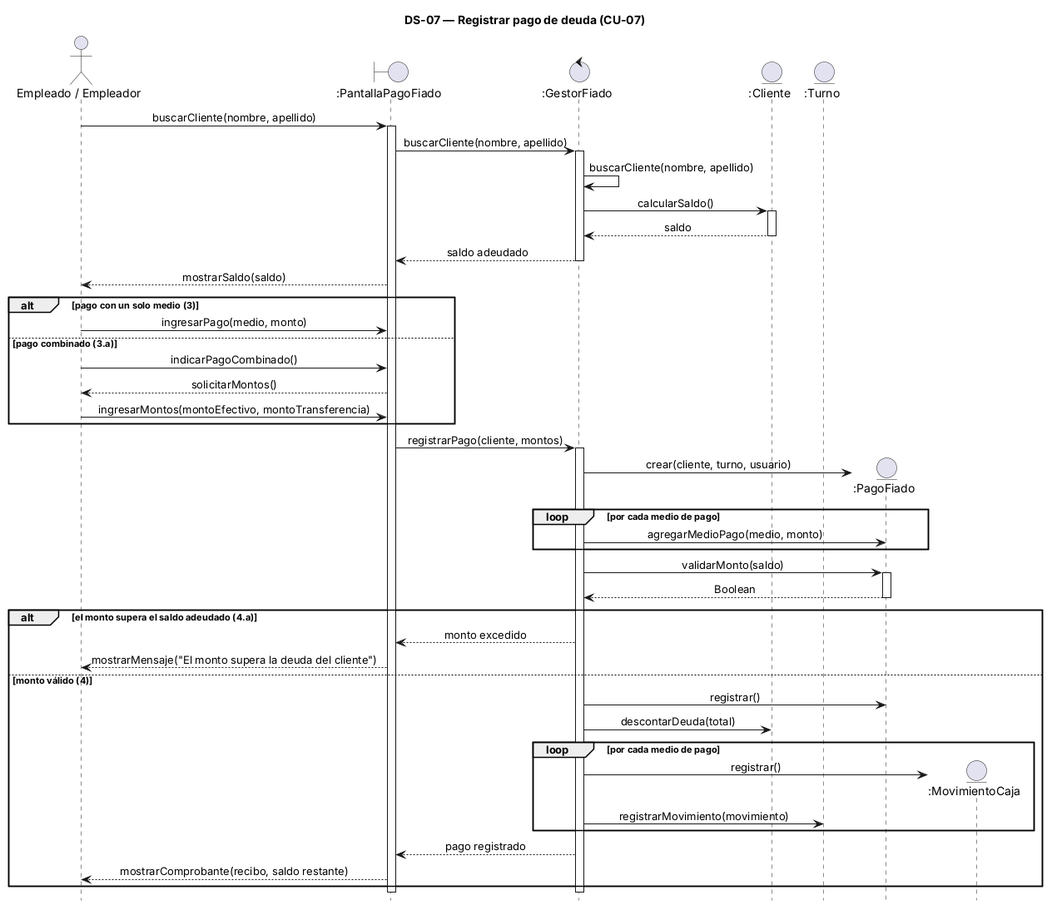
This is 08-Diagrama De Secuencia/DS-07 Registrar pago de deuda.png from alanbalzaretti123/control-de-stock1, a PlantUML export, as it was before one commit. Source of this version:
```plantuml
@startuml
title DS-07 — Registrar pago de deuda (CU-07)
hide footbox
skinparam sequenceMessageAlign center
skinparam responseMessageBelowArrow true

actor "Empleado / Empleador" as U
boundary ":PantallaPagoFiado" as P
control ":GestorFiado" as G
entity ":Cliente" as C
entity ":Turno" as T

U -> P : buscarCliente(nombre, apellido)
activate P
P -> G : buscarCliente(nombre, apellido)
activate G
G -> G : buscarCliente(nombre, apellido)
G -> C : calcularSaldo()
activate C
C --> G : saldo
deactivate C
G --> P : saldo adeudado
deactivate G
P --> U : mostrarSaldo(saldo)

alt pago con un solo medio (3)
  U -> P : ingresarPago(medio, monto)
else pago combinado (3.a)
  U -> P : indicarPagoCombinado()
  P --> U : solicitarMontos()
  U -> P : ingresarMontos(montoEfectivo, montoTransferencia)
end

P -> G : registrarPago(cliente, montos)
activate G
create entity ":PagoFiado" as PF
G -> PF : crear(cliente, turno, usuario)
loop por cada medio de pago
  G -> PF : agregarMedioPago(medio, monto)
end
G -> PF : validarMonto(saldo)
activate PF
PF --> G : Boolean
deactivate PF

alt el monto supera el saldo adeudado (4.a)
  G --> P : monto excedido
  P --> U : mostrarMensaje("El monto supera la deuda del cliente")
else monto válido (4)
  G -> PF : registrar()
  G -> C : descontarDeuda(total)
  loop por cada medio de pago
    create entity ":MovimientoCaja" as M
    G -> M : registrar()
    G -> T : registrarMovimiento(movimiento)
  end
  G --> P : pago registrado
  P --> U : mostrarComprobante(recibo, saldo restante)
end

deactivate G
deactivate P
@enduml
```
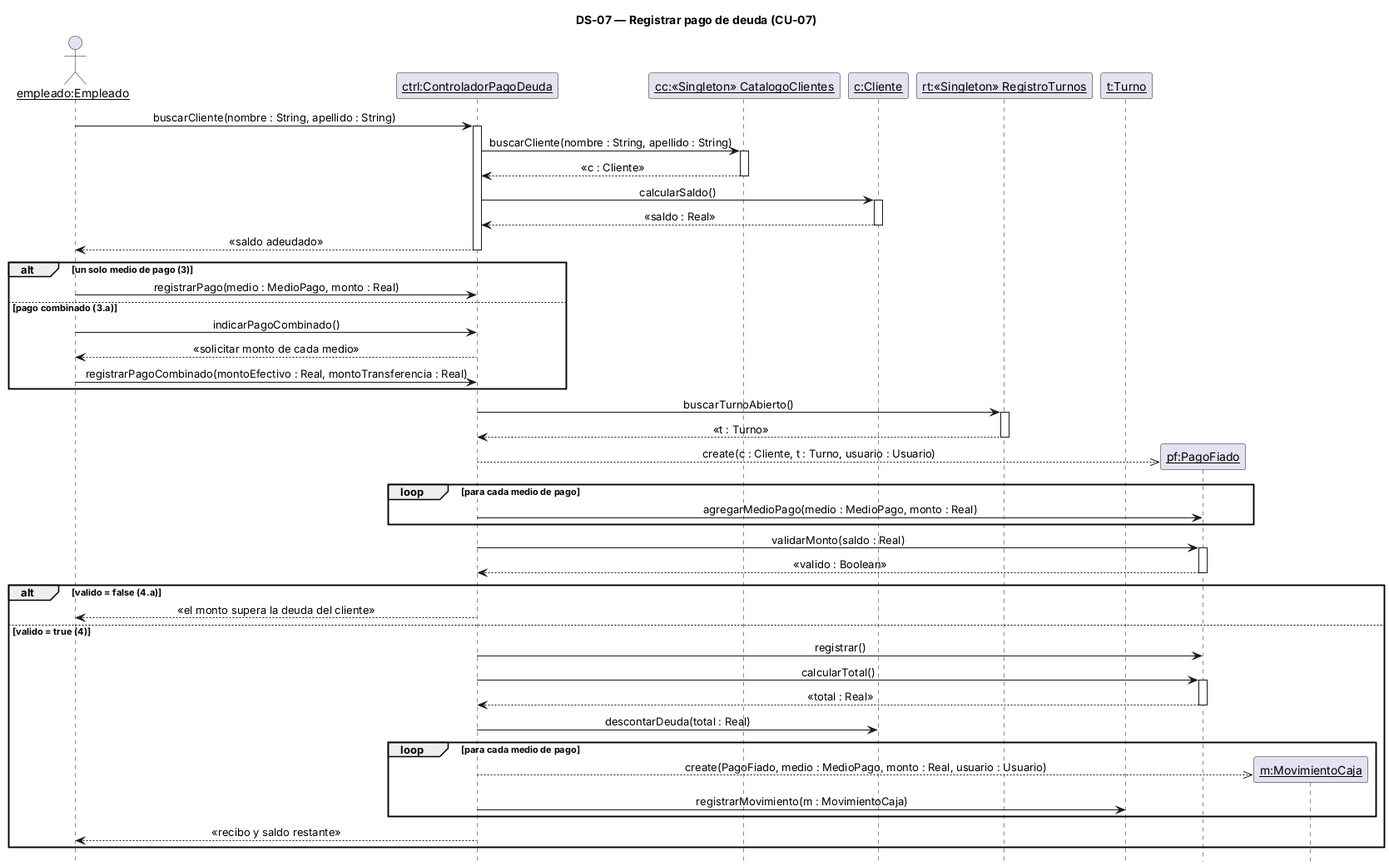
The same diagram one commit later.

The edit, as a diff of the source:
```diff
@@ -3,61 +3,64 @@
 hide footbox
 skinparam sequenceMessageAlign center
 skinparam responseMessageBelowArrow true
+skinparam sequenceParticipant underline
 
-actor "Empleado / Empleador" as U
-boundary ":PantallaPagoFiado" as P
-control ":GestorFiado" as G
-entity ":Cliente" as C
-entity ":Turno" as T
+actor "empleado:Empleado" as U
+participant "ctrl:ControladorPagoDeuda" as C
+participant "cc:«Singleton» CatalogoClientes" as CC
+participant "c:Cliente" as CL
+participant "rt:«Singleton» RegistroTurnos" as RT
+participant "t:Turno" as T
 
-U -> P : buscarCliente(nombre, apellido)
-activate P
-P -> G : buscarCliente(nombre, apellido)
-activate G
-G -> G : buscarCliente(nombre, apellido)
-G -> C : calcularSaldo()
+U -> C : buscarCliente(nombre : String, apellido : String)
 activate C
-C --> G : saldo
+C -> CC : buscarCliente(nombre : String, apellido : String)
+activate CC
+CC --> C : «c : Cliente»
+deactivate CC
+C -> CL : calcularSaldo()
+activate CL
+CL --> C : «saldo : Real»
+deactivate CL
+C --> U : «saldo adeudado»
 deactivate C
-G --> P : saldo adeudado
-deactivate G
-P --> U : mostrarSaldo(saldo)
 
-alt pago con un solo medio (3)
-  U -> P : ingresarPago(medio, monto)
+alt un solo medio de pago (3)
+  U -> C : registrarPago(medio : MedioPago, monto : Real)
 else pago combinado (3.a)
-  U -> P : indicarPagoCombinado()
-  P --> U : solicitarMontos()
-  U -> P : ingresarMontos(montoEfectivo, montoTransferencia)
+  U -> C : indicarPagoCombinado()
+  C --> U : «solicitar monto de cada medio»
+  U -> C : registrarPagoCombinado(montoEfectivo : Real, montoTransferencia : Real)
 end
-
-P -> G : registrarPago(cliente, montos)
-activate G
-create entity ":PagoFiado" as PF
-G -> PF : crear(cliente, turno, usuario)
-loop por cada medio de pago
-  G -> PF : agregarMedioPago(medio, monto)
+activate C
+C -> RT : buscarTurnoAbierto()
+activate RT
+RT --> C : «t : Turno»
+deactivate RT
+create participant "pf:PagoFiado" as PF
+C -->> PF : create(c : Cliente, t : Turno, usuario : Usuario)
+loop para cada medio de pago
+  C -> PF : agregarMedioPago(medio : MedioPago, monto : Real)
 end
-G -> PF : validarMonto(saldo)
+C -> PF : validarMonto(saldo : Real)
 activate PF
-PF --> G : Boolean
+PF --> C : «valido : Boolean»
 deactivate PF
-
-alt el monto supera el saldo adeudado (4.a)
-  G --> P : monto excedido
-  P --> U : mostrarMensaje("El monto supera la deuda del cliente")
-else monto válido (4)
-  G -> PF : registrar()
-  G -> C : descontarDeuda(total)
-  loop por cada medio de pago
-    create entity ":MovimientoCaja" as M
-    G -> M : registrar()
-    G -> T : registrarMovimiento(movimiento)
+alt valido = false (4.a)
+  C --> U : «el monto supera la deuda del cliente»
+else valido = true (4)
+  C -> PF : registrar()
+  C -> PF : calcularTotal()
+  activate PF
+  PF --> C : «total : Real»
+  deactivate PF
+  C -> CL : descontarDeuda(total : Real)
+  loop para cada medio de pago
+    create participant "m:MovimientoCaja" as M
+    C -->> M : create(PagoFiado, medio : MedioPago, monto : Real, usuario : Usuario)
+    C -> T : registrarMovimiento(m : MovimientoCaja)
   end
-  G --> P : pago registrado
-  P --> U : mostrarComprobante(recibo, saldo restante)
+  C --> U : «recibo y saldo restante»
 end
-
-deactivate G
-deactivate P
+deactivate C
 @enduml
```
